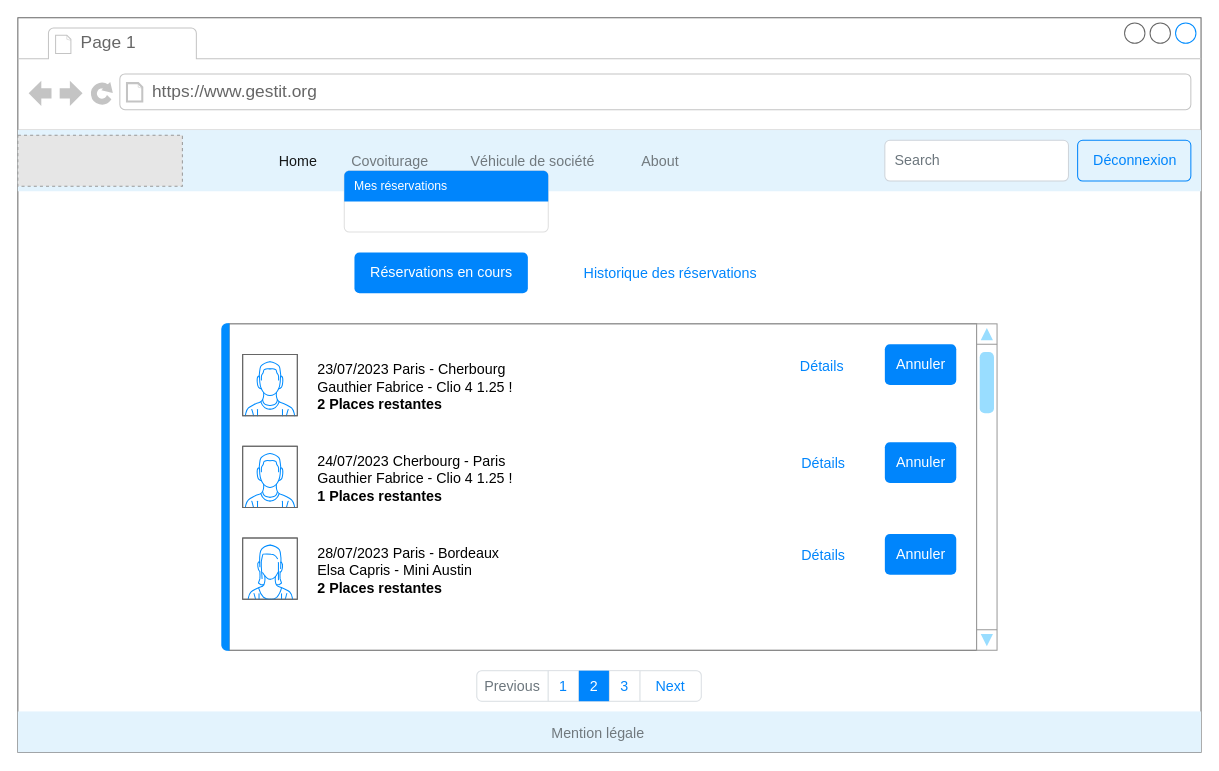
This is page "Covoiturage_Visualiser_enCours" (5 of 7) of UI_UX/maquette-4.drawio.xml from SI-Gestion-des-transports/GESTIT_conception, a draw.io file, before an edit. Source tidied: cells renumbered, new cells numbered last; positions are measured from the earlier drawing's top-left corner, leaving out a move shared by most shapes. Both pictures are drawn from the tidied source at 102%, with x=0, y=0 at pixel (17, 17). Pictures stored in the file or linked from it are replaced by grey dashed boxes.
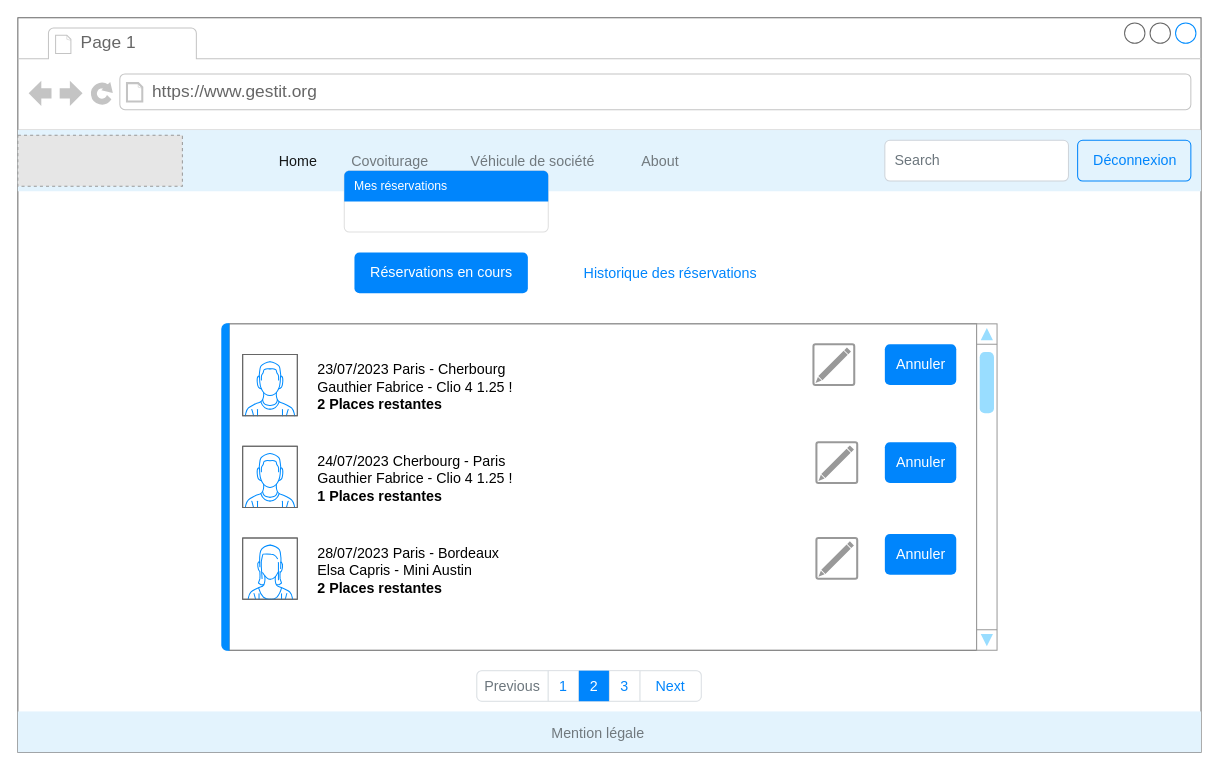
The same page after the edit.

Unchanged cells that the change refers to:
```xml
<mxCell id="2" style="group;" parent="1" vertex="1">
  <mxGeometry width="1160" height="720" as="geometry" />
</mxCell>
<mxCell id="27" style="strokeWidth=1;shadow=0;dashed=0;align=center;html=1;shape=mxgraph.mockup.containers.marginRect2;rectMarginLeft=67;strokeColor=#666666;gradientColor=none;whiteSpace=wrap;" parent="3" vertex="1">
  <mxGeometry x="140" y="300" width="800" height="320" as="geometry" />
</mxCell>
```

Change to the diagram source:
```diff
@@
+    <mxCell id="42" style="strokeColor=#999999;verticalLabelPosition=bottom;shadow=0;dashed=0;verticalAlign=top;strokeWidth=2;html=1;shape=mxgraph.mockup.misc.editIcon;" parent="27" vertex="1">
+      <mxGeometry x="642.9" y="116" width="40" height="40" as="geometry" />
+    </mxCell>
@@
-    <mxCell id="36" value="Détails" style="fillColor=none;strokeColor=none;fontSize=14;fontColor=#0085FC;" parent="27" vertex="1">
-      <mxGeometry x="618.6" y="21" width="60" height="40" as="geometry" />
-    </mxCell>
+    <mxCell id="43" style="strokeColor=#999999;verticalLabelPosition=bottom;shadow=0;dashed=0;verticalAlign=top;strokeWidth=2;html=1;shape=mxgraph.mockup.misc.editIcon;" parent="27" vertex="1">
+      <mxGeometry x="642.9" y="210" width="40" height="40" as="geometry" />
+    </mxCell>
@@
+    <mxCell id="44" style="strokeColor=#999999;verticalLabelPosition=bottom;shadow=0;dashed=0;verticalAlign=top;strokeWidth=2;html=1;shape=mxgraph.mockup.misc.editIcon;" parent="2" vertex="1">
+      <mxGeometry x="780" y="320" width="40" height="40" as="geometry" />
+    </mxCell>
@@
-    <mxCell id="40" value="Détails" style="fillColor=none;strokeColor=none;fontSize=14;fontColor=#0085FC;" parent="2" vertex="1">
-      <mxGeometry x="760" y="416" width="60" height="40" as="geometry" />
-    </mxCell>
-    <mxCell id="41" value="Détails" style="fillColor=none;strokeColor=none;fontSize=14;fontColor=#0085FC;" parent="2" vertex="1">
-      <mxGeometry x="760" y="506" width="60" height="40" as="geometry" />
-    </mxCell>
```
